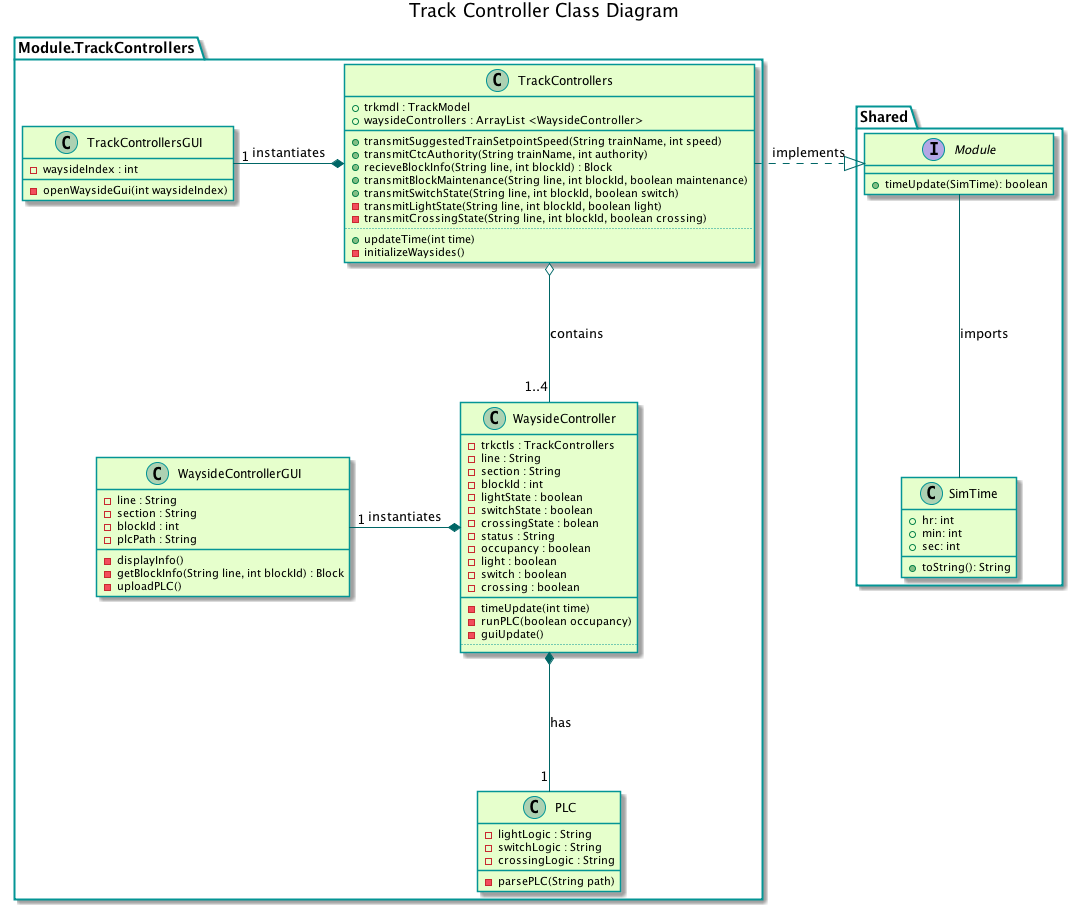
Before: TrainSystem/yUML/Class Diagrams/TrackControllerClassDiagram.png, a diagram exported from PlantUML (kevingilboy/COE1186).
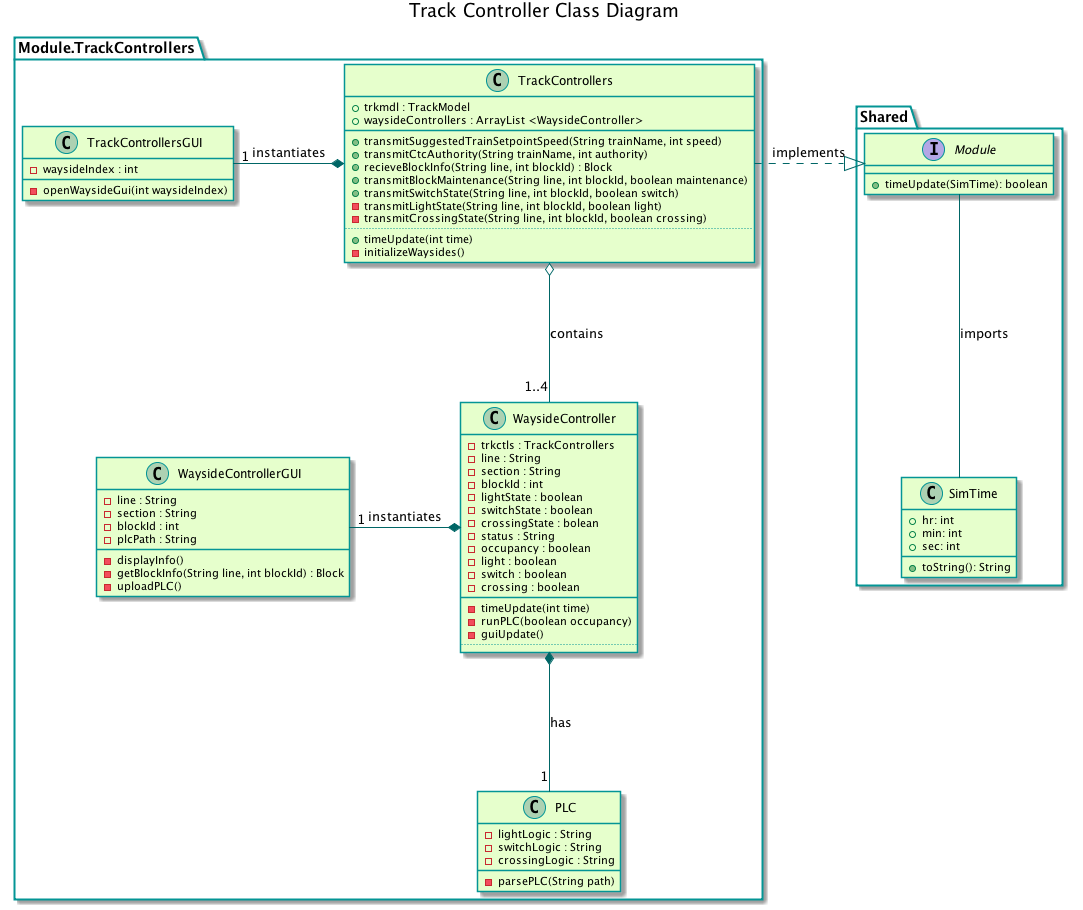
After the commit.

Commit message:
Fixed method name

What changed in the source:
```diff
@@ -32,7 +32,7 @@
 		{method} - transmitLightState(String line, int blockId, boolean light)
 		{method} - transmitCrossingState(String line, int blockId, boolean crossing)
 		..
-		{method} + updateTime(int time)
+		{method} + timeUpdate(int time)
 		{method} - initializeWaysides()
 	}
 
```
